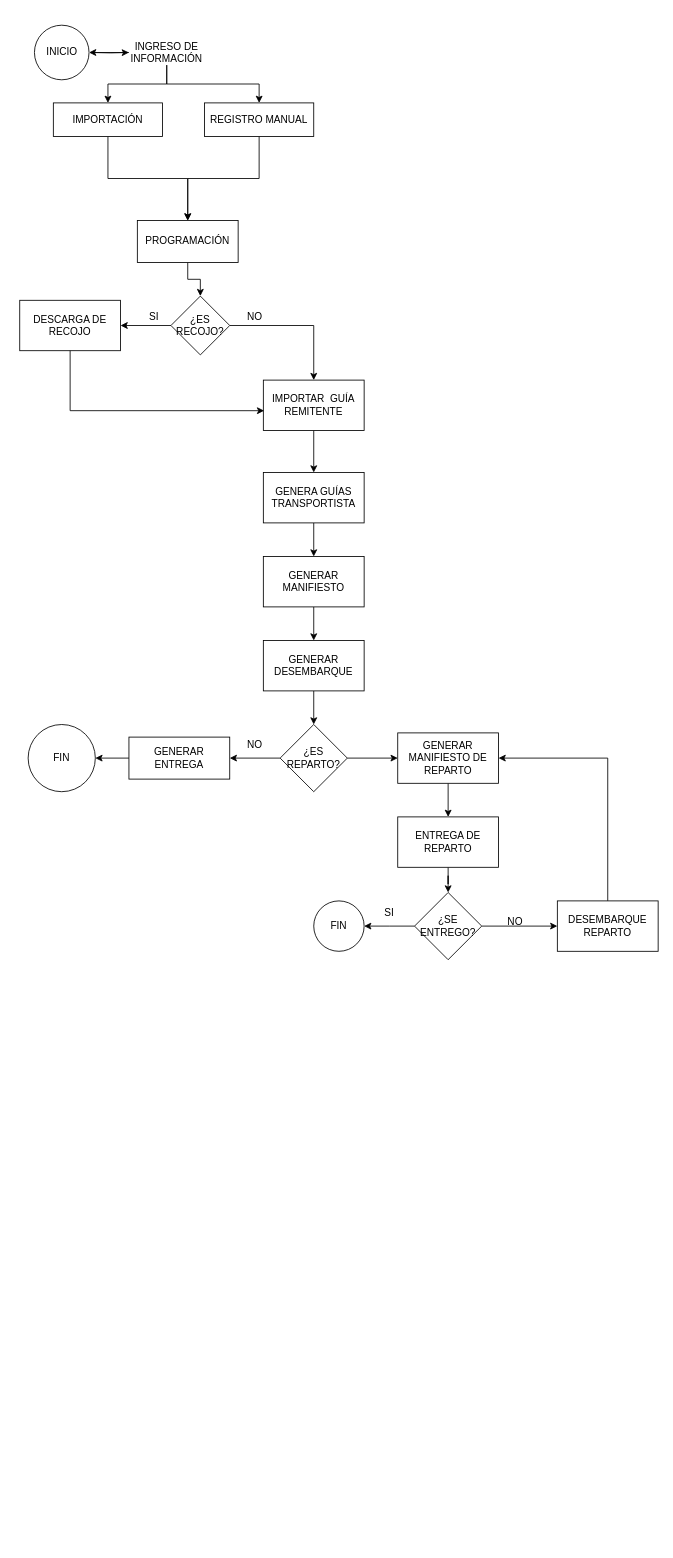
This is FLUJO OPERATIVO PUCHOC.drawio from JaibeyPisco/diagramas, a draw.io file, before an edit. Source tidied: cells renumbered, new cells numbered last; positions are measured from the earlier drawing's top-left corner, leaving out a move shared by most shapes. Both pictures are drawn from the tidied source at 84%, with x=0, y=0 at pixel (19, 24).
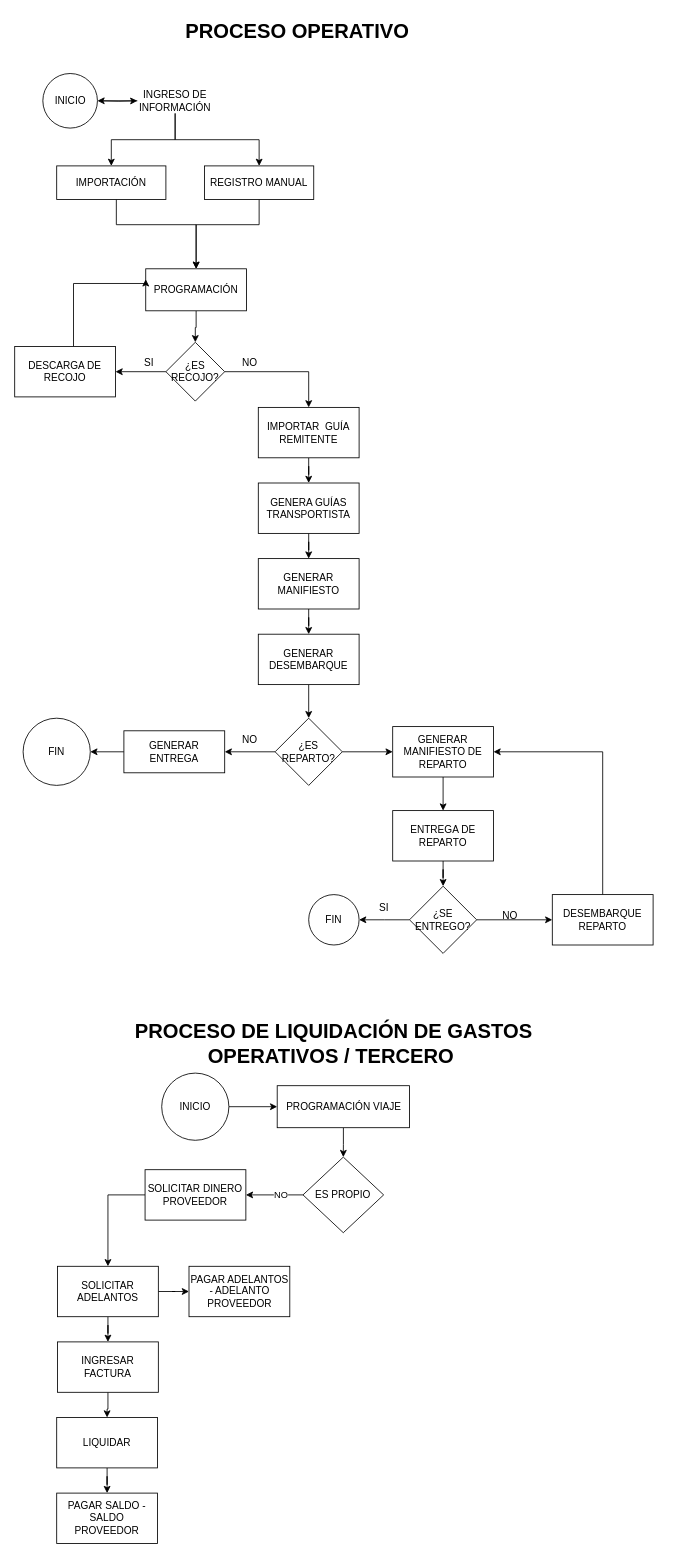
The same diagram, later.

Change to the diagram source:
```diff
@@
     <mxCell id="2" style="edgeStyle=orthogonalEdgeStyle;rounded=0;jettySize=auto;html=1;" parent="1" edge="1" target="6">
       <mxGeometry relative="1" as="geometry">
-        <mxPoint x="85" y="33" as="sourcePoint" />
+        <mxPoint x="95" y="90.5" as="sourcePoint" />
       </mxGeometry>
     </mxCell>
@@
     <mxCell id="6" value="INGRESO DE INFORMACIÓN" style="text;html=1;whiteSpace=wrap;strokeColor=none;fillColor=none;align=center;verticalAlign=middle;rounded=0;" parent="1" vertex="1">
-      <mxGeometry x="130" y="18" width="90" height="30" as="geometry" />
+      <mxGeometry x="140" y="75.5" width="90" height="30" as="geometry" />
     </mxCell>
     <mxCell id="7" style="edgeStyle=orthogonalEdgeStyle;rounded=0;jettySize=auto;html=1;entryX=0.5;entryY=0;entryDx=0;entryDy=0;" parent="1" edge="1" source="8" target="12">
       <mxGeometry relative="1" as="geometry">
         <Array as="points">
-          <mxPoint x="105" y="183" />
-          <mxPoint x="200" y="183" />
+          <mxPoint x="115" y="238" />
+          <mxPoint x="210" y="238" />
         </Array>
       </mxGeometry>
     </mxCell>
     <mxCell id="8" value="IMPORTACIÓN" style="rounded=0;whiteSpace=wrap;html=1;" parent="1" vertex="1">
-      <mxGeometry x="40" y="93" width="130" height="40" as="geometry" />
+      <mxGeometry x="44" y="168" width="130" height="40" as="geometry" />
     </mxCell>
     <mxCell id="9" style="edgeStyle=orthogonalEdgeStyle;rounded=0;jettySize=auto;html=1;entryX=0.5;entryY=0;entryDx=0;entryDy=0;" parent="1" edge="1" source="10" target="12">
-      <mxGeometry relative="1" as="geometry" />
+      <mxGeometry relative="1" as="geometry">
+        <Array as="points">
+          <mxPoint x="285" y="238" />
+          <mxPoint x="210" y="238" />
+        </Array>
+      </mxGeometry>
     </mxCell>
     <mxCell id="10" value="REGISTRO MANUAL" style="whiteSpace=wrap;html=1;" parent="1" vertex="1">
-      <mxGeometry x="220" y="93" width="130" height="40" as="geometry" />
+      <mxGeometry x="220" y="168" width="130" height="40" as="geometry" />
     </mxCell>
@@
     <mxCell id="12" value="PROGRAMACIÓN" style="rounded=0;whiteSpace=wrap;html=1;" parent="1" vertex="1">
-      <mxGeometry x="140" y="233" width="120" height="50" as="geometry" />
+      <mxGeometry x="150" y="290.5" width="120" height="50" as="geometry" />
     </mxCell>
@@
     <mxCell id="15" value="¿ES RECOJO?" style="rhombus;whiteSpace=wrap;html=1;" parent="1" vertex="1">
-      <mxGeometry x="180" y="323" width="70" height="70" as="geometry" />
+      <mxGeometry x="174" y="378" width="70" height="70" as="geometry" />
     </mxCell>
+    <mxCell id="48" style="edgeStyle=orthogonalEdgeStyle;rounded=0;jettySize=auto;html=1;entryX=0;entryY=0.25;entryDx=0;entryDy=0;" parent="1" edge="1" source="16" target="12">
+      <mxGeometry relative="1" as="geometry">
+        <Array as="points">
+          <mxPoint x="64" y="308" />
+          <mxPoint x="150" y="308" />
+        </Array>
+      </mxGeometry>
+    </mxCell>
     <mxCell id="16" value="DESCARGA DE RECOJO" style="whiteSpace=wrap;html=1;" parent="1" vertex="1">
-      <mxGeometry y="328" width="120" height="60" as="geometry" />
+      <mxGeometry x="-6" y="383" width="120" height="60" as="geometry" />
     </mxCell>
     <mxCell id="17" value="SI" style="text;html=1;whiteSpace=wrap;strokeColor=none;fillColor=none;align=center;verticalAlign=middle;rounded=0;" parent="1" vertex="1">
-      <mxGeometry x="130" y="333" width="60" height="30" as="geometry" />
+      <mxGeometry x="124" y="388" width="60" height="30" as="geometry" />
     </mxCell>
@@
     <mxCell id="19" value="IMPORTAR&amp;nbsp; GUÍA REMITENTE" style="whiteSpace=wrap;html=1;" parent="1" vertex="1">
-      <mxGeometry x="290" y="423" width="120" height="60" as="geometry" />
+      <mxGeometry x="284" y="455.5" width="120" height="60" as="geometry" />
     </mxCell>
     <mxCell id="20" value="&lt;div&gt;NO&lt;/div&gt;" style="text;html=1;whiteSpace=wrap;strokeColor=none;fillColor=none;align=center;verticalAlign=middle;rounded=0;" parent="1" vertex="1">
-      <mxGeometry x="250" y="333" width="60" height="30" as="geometry" />
+      <mxGeometry x="244" y="388" width="60" height="30" as="geometry" />
     </mxCell>
@@
     <mxCell id="22" value="GENERA GUÍAS TRANSPORTISTA" style="whiteSpace=wrap;html=1;" parent="1" vertex="1">
-      <mxGeometry x="290" y="533" width="120" height="60" as="geometry" />
+      <mxGeometry x="284" y="545.5" width="120" height="60" as="geometry" />
     </mxCell>
@@
     <mxCell id="24" value="GENERAR MANIFIESTO" style="whiteSpace=wrap;html=1;" parent="1" vertex="1">
-      <mxGeometry x="290" y="633" width="120" height="60" as="geometry" />
+      <mxGeometry x="284" y="635.5" width="120" height="60" as="geometry" />
     </mxCell>
@@
     <mxCell id="26" value="GENERAR DESEMBARQUE" style="whiteSpace=wrap;html=1;" parent="1" vertex="1">
-      <mxGeometry x="290" y="733" width="120" height="60" as="geometry" />
+      <mxGeometry x="284" y="725.5" width="120" height="60" as="geometry" />
     </mxCell>
@@
     <mxCell id="29" value="¿ES REPARTO?" style="rhombus;whiteSpace=wrap;html=1;" parent="1" vertex="1">
-      <mxGeometry x="310" y="833" width="80" height="80" as="geometry" />
+      <mxGeometry x="304" y="825.5" width="80" height="80" as="geometry" />
     </mxCell>
     <mxCell id="30" value="NO" style="text;html=1;whiteSpace=wrap;strokeColor=none;fillColor=none;align=center;verticalAlign=middle;rounded=0;" parent="1" vertex="1">
-      <mxGeometry x="250" y="843" width="60" height="30" as="geometry" />
+      <mxGeometry x="244" y="835.5" width="60" height="30" as="geometry" />
     </mxCell>
@@
     <mxCell id="32" value="GENERAR ENTREGA" style="whiteSpace=wrap;html=1;" parent="1" vertex="1">
-      <mxGeometry x="130" y="848" width="120" height="50" as="geometry" />
+      <mxGeometry x="124" y="840.5" width="120" height="50" as="geometry" />
     </mxCell>
@@
     <mxCell id="34" value="GENERAR MANIFIESTO DE REPARTO" style="whiteSpace=wrap;html=1;" parent="1" vertex="1">
-      <mxGeometry x="450" y="843" width="120" height="60" as="geometry" />
+      <mxGeometry x="444" y="835.5" width="120" height="60" as="geometry" />
     </mxCell>
@@
     <mxCell id="36" value="ENTREGA DE REPARTO" style="whiteSpace=wrap;html=1;" parent="1" vertex="1">
-      <mxGeometry x="450" y="943" width="120" height="60" as="geometry" />
+      <mxGeometry x="444" y="935.5" width="120" height="60" as="geometry" />
     </mxCell>
     <mxCell id="37" style="edgeStyle=orthogonalEdgeStyle;rounded=0;jettySize=auto;html=1;" parent="1" edge="1" source="39">
       <mxGeometry relative="1" as="geometry">
-        <mxPoint x="410" y="1073" as="targetPoint" />
+        <mxPoint x="404" y="1065.5" as="targetPoint" />
       </mxGeometry>
     </mxCell>
@@
     <mxCell id="39" value="¿SE ENTREGO?" style="rhombus;whiteSpace=wrap;html=1;" parent="1" vertex="1">
-      <mxGeometry x="470" y="1033" width="80" height="80" as="geometry" />
+      <mxGeometry x="464" y="1025.5" width="80" height="80" as="geometry" />
     </mxCell>
     <mxCell id="40" value="SI" style="text;html=1;whiteSpace=wrap;strokeColor=none;fillColor=none;align=center;verticalAlign=middle;rounded=0;" parent="1" vertex="1">
-      <mxGeometry x="410" y="1043" width="60" height="30" as="geometry" />
+      <mxGeometry x="404" y="1035.5" width="60" height="30" as="geometry" />
     </mxCell>
     <mxCell id="41" value="&lt;div&gt;FIN&lt;/div&gt;" style="ellipse;whiteSpace=wrap;html=1;" parent="1" vertex="1">
-      <mxGeometry x="350" y="1043" width="60" height="60" as="geometry" />
+      <mxGeometry x="344" y="1035.5" width="60" height="60" as="geometry" />
     </mxCell>
     <mxCell id="42" style="edgeStyle=orthogonalEdgeStyle;rounded=0;jettySize=auto;html=1;entryX=1;entryY=0.5;entryDx=0;entryDy=0;" parent="1" edge="1" source="43" target="34">
       <mxGeometry relative="1" as="geometry">
         <Array as="points">
-          <mxPoint x="700" y="873" />
+          <mxPoint x="694" y="865.5" />
         </Array>
       </mxGeometry>
     </mxCell>
     <mxCell id="43" value="DESEMBARQUE REPARTO" style="whiteSpace=wrap;html=1;" parent="1" vertex="1">
-      <mxGeometry x="640" y="1043" width="120" height="60" as="geometry" />
+      <mxGeometry x="634" y="1035.5" width="120" height="60" as="geometry" />
     </mxCell>
     <mxCell id="44" value="&lt;div&gt;NO&lt;/div&gt;" style="text;html=1;whiteSpace=wrap;strokeColor=none;fillColor=none;align=center;verticalAlign=middle;rounded=0;" parent="1" vertex="1">
-      <mxGeometry x="560" y="1053" width="60" height="30" as="geometry" />
+      <mxGeometry x="554" y="1045.5" width="60" height="30" as="geometry" />
     </mxCell>
     <mxCell id="45" value="FIN" style="ellipse;whiteSpace=wrap;html=1;" parent="1" vertex="1">
-      <mxGeometry x="10" y="833" width="80" height="80" as="geometry" />
+      <mxGeometry x="4" y="825.5" width="80" height="80" as="geometry" />
     </mxCell>
-    <mxCell id="46" style="edgeStyle=orthogonalEdgeStyle;rounded=0;jettySize=auto;html=1;entryX=0.008;entryY=0.607;entryDx=0;entryDy=0;entryPerimeter=0;" parent="1" edge="1" source="16" target="19">
-      <mxGeometry relative="1" as="geometry">
-        <Array as="points">
-          <mxPoint x="60" y="459" />
-        </Array>
-      </mxGeometry>
-    </mxCell>
     <mxCell id="47" value="INICIO" style="ellipse;whiteSpace=wrap;html=1;" parent="1" vertex="1">
-      <mxGeometry x="17.5" y="0.5" width="65" height="65" as="geometry" />
+      <mxGeometry x="27.5" y="58" width="65" height="65" as="geometry" />
     </mxCell>
+    <mxCell id="49" value="&lt;b&gt;&lt;font style=&quot;font-size: 24px;&quot;&gt;PROCESO DE LIQUIDACIÓN DE GASTOS OPERATIVOS / TERCERO&amp;nbsp;&lt;/font&gt;&lt;/b&gt;" style="text;html=1;whiteSpace=wrap;strokeColor=none;fillColor=none;align=center;verticalAlign=middle;rounded=0;" parent="1" vertex="1">
+      <mxGeometry x="119" y="1178" width="510" height="70" as="geometry" />
+    </mxCell>
+    <mxCell id="50" value="&lt;b&gt;&lt;font style=&quot;font-size: 24px;&quot;&gt;PROCESO OPERATIVO&amp;nbsp;&lt;/font&gt;&lt;/b&gt;" style="text;html=1;whiteSpace=wrap;strokeColor=none;fillColor=none;align=center;verticalAlign=middle;rounded=0;" parent="1" vertex="1">
+      <mxGeometry x="104" y="-12" width="460" height="40" as="geometry" />
+    </mxCell>
+    <mxCell id="51" style="edgeStyle=orthogonalEdgeStyle;rounded=0;jettySize=auto;html=1;" parent="1" edge="1" source="52" target="54">
+      <mxGeometry relative="1" as="geometry" />
+    </mxCell>
+    <mxCell id="52" value="INICIO" style="ellipse;whiteSpace=wrap;html=1;" parent="1" vertex="1">
+      <mxGeometry x="169" y="1248" width="80" height="80" as="geometry" />
+    </mxCell>
+    <mxCell id="53" style="edgeStyle=orthogonalEdgeStyle;rounded=0;jettySize=auto;html=1;" parent="1" edge="1" source="54" target="57">
+      <mxGeometry relative="1" as="geometry" />
+    </mxCell>
+    <mxCell id="54" value="PROGRAMACIÓN VIAJE" style="whiteSpace=wrap;html=1;" parent="1" vertex="1">
+      <mxGeometry x="306.5" y="1263" width="157.5" height="50" as="geometry" />
+    </mxCell>
+    <mxCell id="55" style="edgeStyle=orthogonalEdgeStyle;rounded=0;jettySize=auto;html=1;" parent="1" edge="1" source="57" target="59">
+      <mxGeometry relative="1" as="geometry" />
+    </mxCell>
+    <mxCell id="56" value="NO" style="edgeLabel;html=1;align=center;verticalAlign=middle;" parent="55" vertex="1">
+      <mxGeometry x="-0.21" y="-1" relative="1" as="geometry" />
+    </mxCell>
+    <mxCell id="57" value="ES PROPIO" style="rhombus;whiteSpace=wrap;html=1;" parent="1" vertex="1">
+      <mxGeometry x="337.2" y="1348" width="96" height="90" as="geometry" />
+    </mxCell>
+    <mxCell id="58" style="edgeStyle=orthogonalEdgeStyle;rounded=0;jettySize=auto;html=1;entryX=0.5;entryY=0;entryDx=0;entryDy=0;" parent="1" edge="1" source="59" target="62">
+      <mxGeometry relative="1" as="geometry">
+        <Array as="points">
+          <mxPoint x="105" y="1393" />
+        </Array>
+      </mxGeometry>
+    </mxCell>
+    <mxCell id="59" value="SOLICITAR DINERO PROVEEDOR" style="whiteSpace=wrap;html=1;" parent="1" vertex="1">
+      <mxGeometry x="149.2" y="1363" width="120" height="60" as="geometry" />
+    </mxCell>
+    <mxCell id="60" style="edgeStyle=orthogonalEdgeStyle;rounded=0;jettySize=auto;html=1;" parent="1" edge="1" source="62" target="64">
+      <mxGeometry relative="1" as="geometry" />
+    </mxCell>
+    <mxCell id="61" style="edgeStyle=orthogonalEdgeStyle;rounded=0;jettySize=auto;html=1;" parent="1" edge="1" source="62" target="65">
+      <mxGeometry relative="1" as="geometry" />
+    </mxCell>
+    <mxCell id="62" value="SOLICITAR ADELANTOS" style="whiteSpace=wrap;html=1;" parent="1" vertex="1">
+      <mxGeometry x="45" y="1478" width="120" height="60" as="geometry" />
+    </mxCell>
+    <mxCell id="63" style="edgeStyle=orthogonalEdgeStyle;rounded=0;jettySize=auto;html=1;" parent="1" edge="1" source="64" target="67">
+      <mxGeometry relative="1" as="geometry" />
+    </mxCell>
+    <mxCell id="64" value="INGRESAR FACTURA" style="whiteSpace=wrap;html=1;" parent="1" vertex="1">
+      <mxGeometry x="45" y="1568" width="120" height="60" as="geometry" />
+    </mxCell>
+    <mxCell id="65" value="PAGAR ADELANTOS - ADELANTO PROVEEDOR" style="whiteSpace=wrap;html=1;" parent="1" vertex="1">
+      <mxGeometry x="201.5" y="1478" width="120" height="60" as="geometry" />
+    </mxCell>
+    <mxCell id="66" style="edgeStyle=orthogonalEdgeStyle;rounded=0;jettySize=auto;html=1;" parent="1" edge="1" source="67" target="68">
+      <mxGeometry relative="1" as="geometry" />
+    </mxCell>
+    <mxCell id="67" value="LIQUIDAR" style="whiteSpace=wrap;html=1;" parent="1" vertex="1">
+      <mxGeometry x="44" y="1658" width="120" height="60" as="geometry" />
+    </mxCell>
+    <mxCell id="68" value="PAGAR SALDO - SALDO PROVEEDOR" style="whiteSpace=wrap;html=1;" parent="1" vertex="1">
+      <mxGeometry x="44" y="1748" width="120" height="60" as="geometry" />
+    </mxCell>
```
